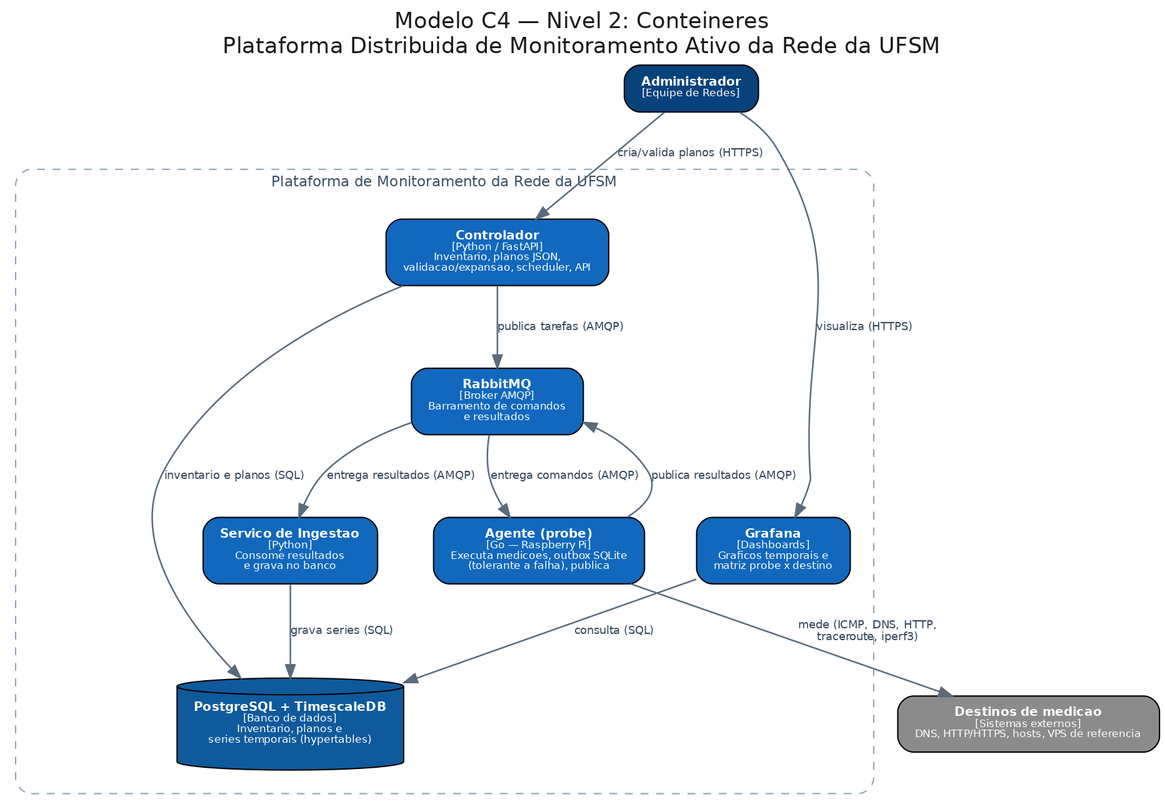
The Graphviz diagram docs/arquitetura/c4-2-conteineres.png in anthony-c-silva/ufsm-monitor, before a commit. Its source is kept beside it as docs/arquitetura/c4-2-conteineres.dot.
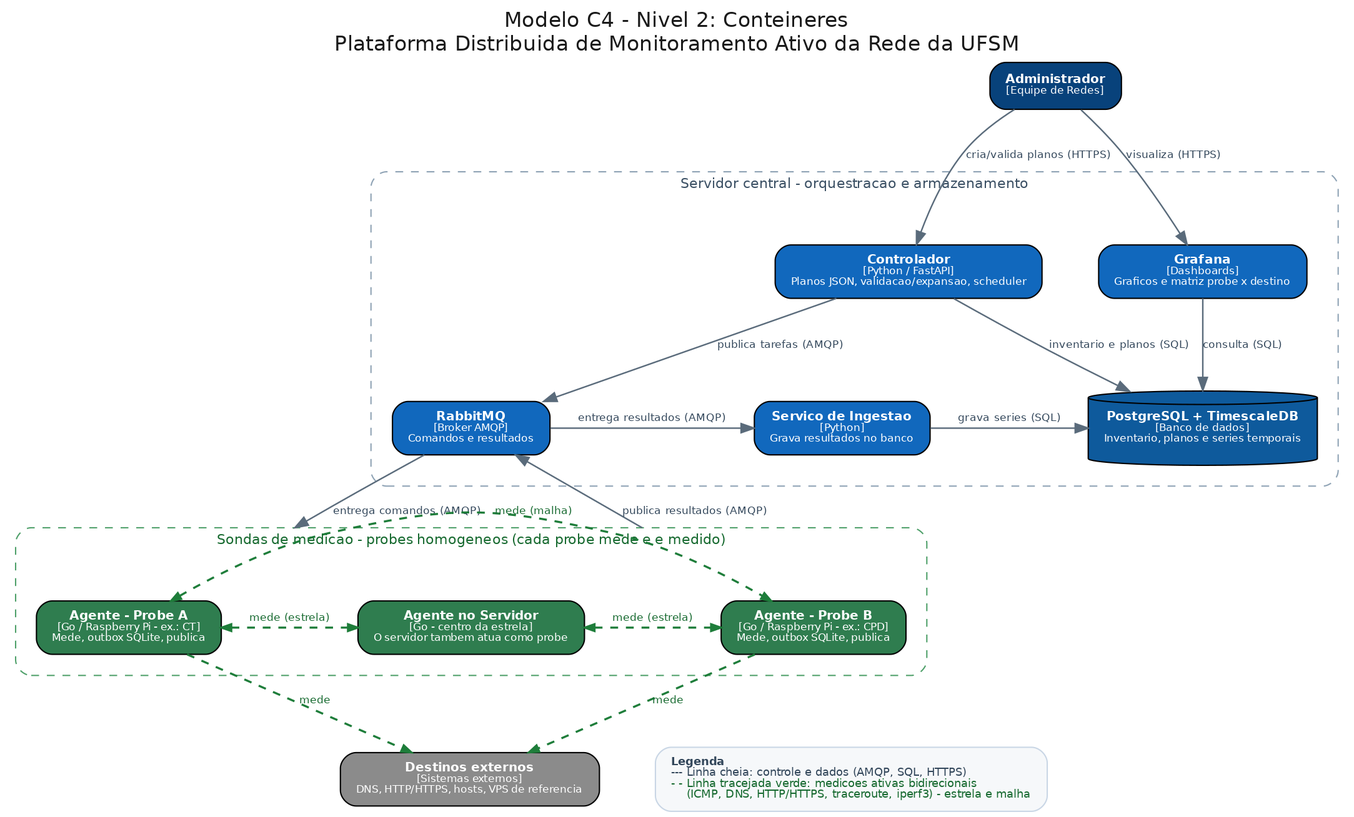
Later version of the same file.

Change to the diagram source:
```diff
@@ -1,36 +1,58 @@
 digraph C4_Conteineres {
-  rankdir=TB;
-  graph [fontname="Helvetica", labelloc="t", fontsize=17, fontcolor="#1a1a1a", compound=true,
-         label="Modelo C4 — Nivel 2: Conteineres\nPlataforma Distribuida de Monitoramento Ativo da Rede da UFSM", nodesep=0.55, ranksep=0.75];
-  node [shape=box, style="rounded,filled", fontname="Helvetica", fontsize=9.5, margin="0.18,0.12"];
-  edge [fontname="Helvetica", fontsize=8.5, color="#5a6b7b", fontcolor="#33475b", penwidth=1.2];
+  rankdir=TB; compound=true; newrank=true; splines=true;
+  graph [fontname="Helvetica", labelloc="t", fontsize=16, fontcolor="#1a1a1a",
+         label="Modelo C4 - Nivel 2: Conteineres\nPlataforma Distribuida de Monitoramento Ativo da Rede da UFSM",
+         nodesep=0.6, ranksep=0.85];
+  node [shape=box, style="rounded,filled", fontname="Helvetica", fontsize=9.5, margin="0.17,0.11"];
 
   admin [label=<<b>Administrador</b><br/><font point-size="8" color="white">[Equipe de Redes]</font>>, fillcolor="#08427b", fontcolor="white"];
 
-  subgraph cluster_plat {
-    label="Plataforma de Monitoramento da Rede da UFSM";
-    labelloc="t"; fontname="Helvetica"; fontsize=11; fontcolor="#3b5064";
-    style="rounded,dashed"; color="#8fa3b5"; margin=18;
-
-    controlador [label=<<b>Controlador</b><br/><font point-size="8" color="white">[Python / FastAPI]</font><br/><font point-size="8" color="white">Inventario, planos JSON,<br/>validacao/expansao, scheduler, API</font>>, fillcolor="#1168bd", fontcolor="white"];
-    grafana     [label=<<b>Grafana</b><br/><font point-size="8" color="white">[Dashboards]</font><br/><font point-size="8" color="white">Graficos temporais e<br/>matriz probe x destino</font>>, fillcolor="#1168bd", fontcolor="white"];
-    rabbit      [label=<<b>RabbitMQ</b><br/><font point-size="8" color="white">[Broker AMQP]</font><br/><font point-size="8" color="white">Barramento de comandos<br/>e resultados</font>>, fillcolor="#1168bd", fontcolor="white"];
-    ingestao    [label=<<b>Servico de Ingestao</b><br/><font point-size="8" color="white">[Python]</font><br/><font point-size="8" color="white">Consome resultados<br/>e grava no banco</font>>, fillcolor="#1168bd", fontcolor="white"];
-    agente      [label=<<b>Agente (probe)</b><br/><font point-size="8" color="white">[Go — Raspberry Pi]</font><br/><font point-size="8" color="white">Executa medicoes, outbox SQLite<br/>(tolerante a falha), publica</font>>, fillcolor="#1168bd", fontcolor="white"];
-    db          [label=<<b>PostgreSQL + TimescaleDB</b><br/><font point-size="8" color="white">[Banco de dados]</font><br/><font point-size="8" color="white">Inventario, planos e<br/>series temporais (hypertables)</font>>, fillcolor="#0e5a9c", fontcolor="white", shape=cylinder];
+  subgraph cluster_ctrl {
+    label="Servidor central - orquestracao e armazenamento";
+    labelloc="t"; fontname="Helvetica"; fontsize=10.5; fontcolor="#3b5064";
+    style="rounded,dashed"; color="#8fa3b5"; margin=16;
+    controlador [label=<<b>Controlador</b><br/><font point-size="8" color="white">[Python / FastAPI]</font><br/><font point-size="8" color="white">Planos JSON, validacao/expansao, scheduler</font>>, fillcolor="#1168bd", fontcolor="white"];
+    grafana     [label=<<b>Grafana</b><br/><font point-size="8" color="white">[Dashboards]</font><br/><font point-size="8" color="white">Graficos e matriz probe x destino</font>>, fillcolor="#1168bd", fontcolor="white"];
+    rabbit      [label=<<b>RabbitMQ</b><br/><font point-size="8" color="white">[Broker AMQP]</font><br/><font point-size="8" color="white">Comandos e resultados</font>>, fillcolor="#1168bd", fontcolor="white"];
+    ingestao    [label=<<b>Servico de Ingestao</b><br/><font point-size="8" color="white">[Python]</font><br/><font point-size="8" color="white">Grava resultados no banco</font>>, fillcolor="#1168bd", fontcolor="white"];
+    db          [label=<<b>PostgreSQL + TimescaleDB</b><br/><font point-size="8" color="white">[Banco de dados]</font><br/><font point-size="8" color="white">Inventario, planos e series temporais</font>>, fillcolor="#0e5a9c", fontcolor="white", shape=cylinder];
   }
 
-  alvos [label=<<b>Destinos de medicao</b><br/><font point-size="8" color="white">[Sistemas externos]</font><br/><font point-size="8" color="white">DNS, HTTP/HTTPS, hosts, VPS de referencia</font>>, fillcolor="#8b8b8b", fontcolor="white"];
+  subgraph cluster_probes {
+    label="Sondas de medicao - probes homogeneos (cada probe mede e e medido)";
+    labelloc="t"; fontname="Helvetica"; fontsize=10.5; fontcolor="#176a30";
+    style="rounded,dashed"; color="#4fa06a"; margin=16;
+    probe1   [label=<<b>Agente - Probe A</b><br/><font point-size="8" color="white">[Go / Raspberry Pi - ex.: CT]</font><br/><font point-size="8" color="white">Mede, outbox SQLite, publica</font>>, fillcolor="#2f7d4f", fontcolor="white"];
+    probeSrv [label=<<b>Agente no Servidor</b><br/><font point-size="8" color="white">[Go - centro da estrela]</font><br/><font point-size="8" color="white">O servidor tambem atua como probe</font>>, fillcolor="#2f7d4f", fontcolor="white"];
+    probe2   [label=<<b>Agente - Probe B</b><br/><font point-size="8" color="white">[Go / Raspberry Pi - ex.: CPD]</font><br/><font point-size="8" color="white">Mede, outbox SQLite, publica</font>>, fillcolor="#2f7d4f", fontcolor="white"];
+  }
 
+  alvos [label=<<b>Destinos externos</b><br/><font point-size="8" color="white">[Sistemas externos]</font><br/><font point-size="8" color="white">DNS, HTTP/HTTPS, hosts, VPS de referencia</font>>, fillcolor="#8b8b8b", fontcolor="white"];
+
+  legenda [shape=box, style="rounded,filled", fillcolor="#f6f8fa", color="#c9d6e5", fontsize=8.4, fontcolor="#33475b",
+    label=<<b>Legenda</b><br align="left"/><font color="#33475b">--- Linha cheia: controle e dados (AMQP, SQL, HTTPS)</font><br align="left"/><font color="#176a30">- - Linha tracejada verde: medicoes ativas bidirecionais</font><br align="left"/><font color="#176a30">&nbsp;&nbsp;&nbsp;&nbsp;(ICMP, DNS, HTTP/HTTPS, traceroute, iperf3) - estrela e malha</font><br align="left"/>>];
+
+  { rank=same; controlador; grafana; }
+  { rank=same; rabbit; ingestao; db; }
+  { rank=same; probe1; probeSrv; probe2; }
+  probe1 -> probeSrv -> probe2 [style=invis, weight=100];
+  { rank=same; alvos; legenda; }
+
+  edge [fontname="Helvetica", fontsize=8.3, color="#5a6b7b", fontcolor="#33475b", penwidth=1.15];
   admin -> controlador [label="cria/valida planos (HTTPS)"];
   admin -> grafana     [label="visualiza (HTTPS)"];
+  controlador -> rabbit[label="publica tarefas (AMQP)"];
   controlador -> db    [label="inventario e planos (SQL)"];
-  controlador -> rabbit[label="publica tarefas (AMQP)"];
-  rabbit -> agente     [label="entrega comandos (AMQP)"];
-  agente -> rabbit     [label="publica resultados (AMQP)"];
-  rabbit -> ingestao   [label="entrega resultados (AMQP)"];
-  ingestao -> db       [label="grava series (SQL)"];
   grafana -> db        [label="consulta (SQL)"];
-  agente -> alvos      [label="mede (ICMP, DNS, HTTP,\ntraceroute, iperf3)"];
+  ingestao -> db       [label="grava series (SQL)", constraint=false];
+  rabbit -> ingestao   [label="entrega resultados (AMQP)", constraint=false];
+  rabbit  -> probe1 [lhead=cluster_probes, label="entrega comandos (AMQP)"];
+  probe2  -> rabbit [ltail=cluster_probes, label="publica resultados (AMQP)"];
 
+  edge [color="#1e7d3a", fontcolor="#176a30", style=dashed, dir=both, penwidth=1.6, arrowsize=0.75];
+  probe1  -> probeSrv [label="mede (estrela)", constraint=false];
+  probeSrv-> probe2   [label="mede (estrela)", constraint=false];
+  probe1  -> probe2   [label="mede (malha)", constraint=false];
+  probe1  -> alvos [label="mede", dir=forward];
+  probe2  -> alvos [label="mede", dir=forward];
 }
```
